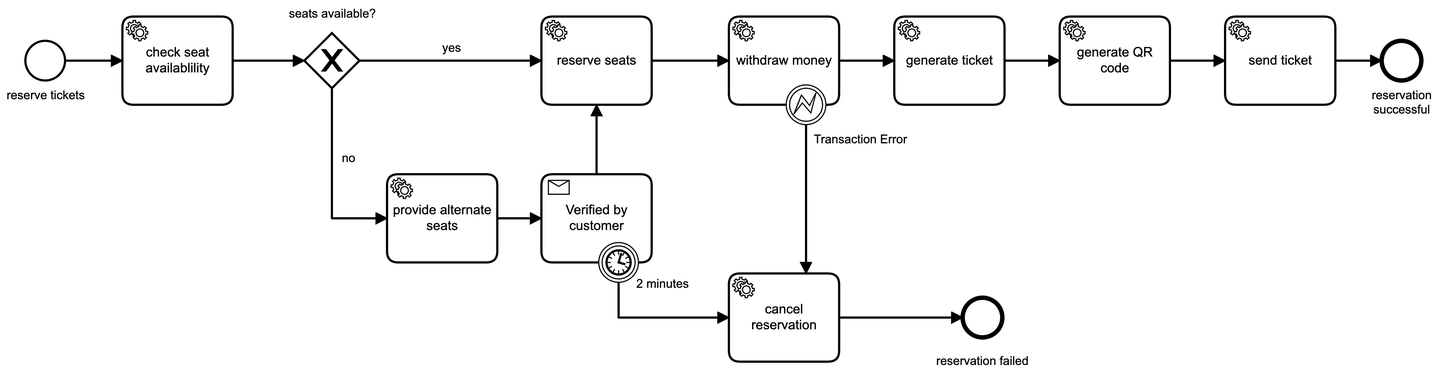
NovatecConsulting/camunda-platform-8-cinema-micronaut keeps this BPMN diagram as src/main/resources/reserve-tickets.png. Above is the earlier version. Its source is kept beside it as src/main/resources/reserve-tickets.bpmn. Ids are renumbered.
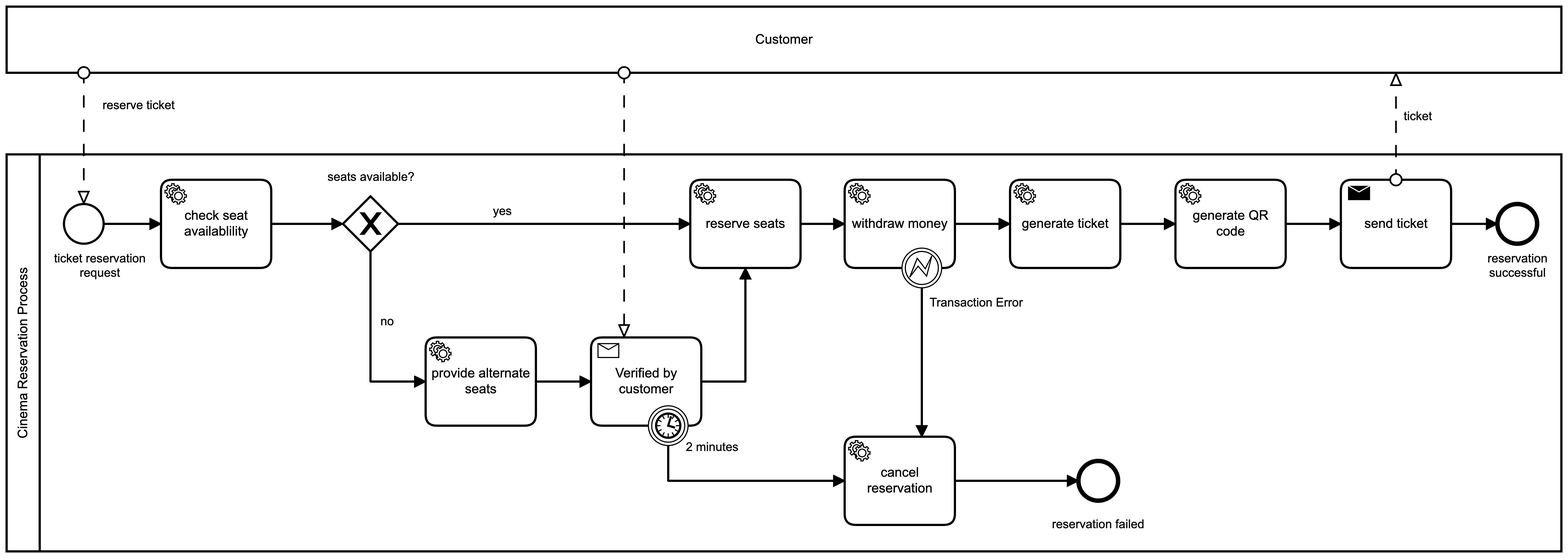
Later version of the same file.

Commit message:
Beautify process model

What changed in the source:
```diff
@@ -1,9 +1,21 @@
-<bpmn:definitions xmlns:bpmn="http://www.omg.org/spec/BPMN/20100524/MODEL" xmlns:bpmndi="http://www.omg.org/spec/BPMN/20100524/DI" xmlns:dc="http://www.omg.org/spec/DD/20100524/DC" xmlns:zeebe="http://camunda.org/schema/zeebe/1.0" xmlns:di="http://www.omg.org/spec/DD/20100524/DI" xmlns:xsi="http://www.w3.org/2001/XMLSchema-instance" xmlns:modeler="http://camunda.org/schema/modeler/1.0" id="Definitions_n1" targetNamespace="http://bpmn.io/schema/bpmn" exporter="Camunda Modeler" exporterVersion="4.10.0" modeler:executionPlatform="Camunda Cloud" modeler:executionPlatformVersion="1.0.0">
+<bpmn:definitions xmlns:bpmn="http://www.omg.org/spec/BPMN/20100524/MODEL" xmlns:bpmndi="http://www.omg.org/spec/BPMN/20100524/DI" xmlns:dc="http://www.omg.org/spec/DD/20100524/DC" xmlns:zeebe="http://camunda.org/schema/zeebe/1.0" xmlns:di="http://www.omg.org/spec/DD/20100524/DI" xmlns:xsi="http://www.w3.org/2001/XMLSchema-instance" xmlns:modeler="http://camunda.org/schema/modeler/1.0" id="Definitions_n1" targetNamespace="http://bpmn.io/schema/bpmn" exporter="Camunda Modeler" exporterVersion="4.11.1" modeler:executionPlatform="Camunda Cloud" modeler:executionPlatformVersion="1.0.0">
+  <bpmn:message id="Message_n27" name="seatsVerifiedByCustomer">
+    <bpmn:extensionElements>
+      <zeebe:subscription correlationKey="= reservationId" />
+    </bpmn:extensionElements>
+  </bpmn:message>
+  <bpmn:error id="Error_n30" name="Transaction Error" errorCode="Transaction_Error" />
+  <bpmn:collaboration id="Collaboration_n34">
+    <bpmn:participant id="Participant_n35" name="Cinema Reservation Process" processRef="bpmn-cinema-ticket-reservation" />
+    <bpmn:participant id="Participant_n36" name="Customer" />
+    <bpmn:messageFlow id="Flow_n37" name="reserve ticket" sourceRef="Participant_n36" targetRef="StartEvent_1" />
+    <bpmn:messageFlow id="Flow_n38" name="ticket" sourceRef="Activity_n32" targetRef="Participant_n36" />
+    <bpmn:messageFlow id="Flow_n39" sourceRef="Participant_n36" targetRef="Activity_n20" />
+  </bpmn:collaboration>
   <bpmn:process id="bpmn-cinema-ticket-reservation" name="BPMN Cinema" isExecutable="true">
-    <bpmn:startEvent id="StartEvent_1" name="reserve tickets">
+    <bpmn:startEvent id="StartEvent_1" name="ticket reservation request">
       <bpmn:outgoing>Flow_n2</bpmn:outgoing>
     </bpmn:startEvent>
-    <bpmn:sequenceFlow id="Flow_n2" sourceRef="StartEvent_1" targetRef="Activity_n3" />
     <bpmn:serviceTask id="Activity_n3" name="check seat availablility">
       <bpmn:extensionElements>
         <zeebe:taskDefinition type="check-seats" retries="1" />
@@ -16,19 +28,31 @@
       <bpmn:outgoing>Flow_n6</bpmn:outgoing>
       <bpmn:outgoing>Flow_n7</bpmn:outgoing>
     </bpmn:exclusiveGateway>
-    <bpmn:sequenceFlow id="Flow_n4" sourceRef="Activity_n3" targetRef="Gateway_n5" />
+    <bpmn:serviceTask id="Activity_n17" name="provide alternate seats">
+      <bpmn:extensionElements>
+        <zeebe:taskDefinition type="alt-seats" retries="1" />
+      </bpmn:extensionElements>
+      <bpmn:incoming>Flow_n7</bpmn:incoming>
+      <bpmn:outgoing>Flow_n18</bpmn:outgoing>
+    </bpmn:serviceTask>
+    <bpmn:sequenceFlow id="Flow_n33" sourceRef="Activity_n31" targetRef="Activity_n32" />
+    <bpmn:sequenceFlow id="Flow_n16" sourceRef="Activity_n32" targetRef="Event_n15" />
+    <bpmn:sequenceFlow id="Flow_n14" sourceRef="Activity_n13" targetRef="Activity_n31" />
+    <bpmn:sequenceFlow id="Flow_n26" sourceRef="Event_n28" targetRef="Activity_n23" />
+    <bpmn:sequenceFlow id="Flow_n9" sourceRef="Activity_n20" targetRef="Activity_n8" />
+    <bpmn:sequenceFlow id="Flow_n18" sourceRef="Activity_n17" targetRef="Activity_n20" />
+    <bpmn:sequenceFlow id="Flow_n25" sourceRef="Activity_n23" targetRef="Event_n24" />
+    <bpmn:sequenceFlow id="Flow_n21" sourceRef="Event_n19" targetRef="Activity_n23" />
+    <bpmn:sequenceFlow id="Flow_n7" name="no" sourceRef="Gateway_n5" targetRef="Activity_n17">
+      <bpmn:conditionExpression xsi:type="bpmn:tFormalExpression">= seatsAvailable=false</bpmn:conditionExpression>
+    </bpmn:sequenceFlow>
+    <bpmn:sequenceFlow id="Flow_n12" sourceRef="Activity_n11" targetRef="Activity_n13" />
+    <bpmn:sequenceFlow id="Flow_n10" sourceRef="Activity_n8" targetRef="Activity_n11" />
     <bpmn:sequenceFlow id="Flow_n6" name="yes" sourceRef="Gateway_n5" targetRef="Activity_n8">
       <bpmn:conditionExpression xsi:type="bpmn:tFormalExpression">= seatsAvailable=true</bpmn:conditionExpression>
     </bpmn:sequenceFlow>
-    <bpmn:serviceTask id="Activity_n8" name="reserve seats">
-      <bpmn:extensionElements>
-        <zeebe:taskDefinition type="reserve-seats" retries="1" />
-      </bpmn:extensionElements>
-      <bpmn:incoming>Flow_n6</bpmn:incoming>
-      <bpmn:incoming>Flow_n9</bpmn:incoming>
-      <bpmn:outgoing>Flow_n10</bpmn:outgoing>
-    </bpmn:serviceTask>
-    <bpmn:sequenceFlow id="Flow_n10" sourceRef="Activity_n8" targetRef="Activity_n11" />
+    <bpmn:sequenceFlow id="Flow_n4" sourceRef="Activity_n3" targetRef="Gateway_n5" />
+    <bpmn:sequenceFlow id="Flow_n2" sourceRef="StartEvent_1" targetRef="Activity_n3" />
     <bpmn:serviceTask id="Activity_n11" name="withdraw money">
       <bpmn:extensionElements>
         <zeebe:taskDefinition type="get-money" retries="1" />
@@ -36,7 +60,6 @@
       <bpmn:incoming>Flow_n10</bpmn:incoming>
       <bpmn:outgoing>Flow_n12</bpmn:outgoing>
     </bpmn:serviceTask>
-    <bpmn:sequenceFlow id="Flow_n12" sourceRef="Activity_n11" targetRef="Activity_n13" />
     <bpmn:serviceTask id="Activity_n13" name="generate ticket">
       <bpmn:extensionElements>
         <zeebe:taskDefinition type="generate-ticket" retries="1" />
@@ -47,27 +70,9 @@
     <bpmn:endEvent id="Event_n15" name="reservation successful">
       <bpmn:incoming>Flow_n16</bpmn:incoming>
     </bpmn:endEvent>
-    <bpmn:sequenceFlow id="Flow_n7" name="no" sourceRef="Gateway_n5" targetRef="Activity_n17">
-      <bpmn:conditionExpression xsi:type="bpmn:tFormalExpression">= seatsAvailable=false</bpmn:conditionExpression>
-    </bpmn:sequenceFlow>
-    <bpmn:serviceTask id="Activity_n17" name="provide alternate seats">
-      <bpmn:extensionElements>
-        <zeebe:taskDefinition type="alt-seats" retries="1" />
-      </bpmn:extensionElements>
-      <bpmn:incoming>Flow_n7</bpmn:incoming>
-      <bpmn:outgoing>Flow_n18</bpmn:outgoing>
-    </bpmn:serviceTask>
-    <bpmn:boundaryEvent id="Event_n19" name="2 minutes" attachedToRef="Activity_n20">
-      <bpmn:outgoing>Flow_n21</bpmn:outgoing>
-      <bpmn:timerEventDefinition id="TimerEventDefinition_n22">
-        <bpmn:timeDuration xsi:type="bpmn:tFormalExpression">PT2M</bpmn:timeDuration>
-      </bpmn:timerEventDefinition>
-    </bpmn:boundaryEvent>
-    <bpmn:sequenceFlow id="Flow_n21" sourceRef="Event_n19" targetRef="Activity_n23" />
     <bpmn:endEvent id="Event_n24" name="reservation failed">
       <bpmn:incoming>Flow_n25</bpmn:incoming>
     </bpmn:endEvent>
-    <bpmn:sequenceFlow id="Flow_n25" sourceRef="Activity_n23" targetRef="Event_n24" />
     <bpmn:serviceTask id="Activity_n23" name="cancel reservation">
       <bpmn:extensionElements>
         <zeebe:taskDefinition type="release-seats" retries="1" />
@@ -76,27 +81,6 @@
       <bpmn:incoming>Flow_n26</bpmn:incoming>
       <bpmn:outgoing>Flow_n25</bpmn:outgoing>
     </bpmn:serviceTask>
-    <bpmn:sequenceFlow id="Flow_n18" sourceRef="Activity_n17" targetRef="Activity_n20" />
-    <bpmn:receiveTask id="Activity_n20" name="Verified by customer" messageRef="Message_n27">
-      <bpmn:incoming>Flow_n18</bpmn:incoming>
-      <bpmn:outgoing>Flow_n9</bpmn:outgoing>
-    </bpmn:receiveTask>
-    <bpmn:sequenceFlow id="Flow_n9" sourceRef="Activity_n20" targetRef="Activity_n8" />
-    <bpmn:boundaryEvent id="Event_n28" name="Transaction Error" attachedToRef="Activity_n11">
-      <bpmn:outgoing>Flow_n26</bpmn:outgoing>
-      <bpmn:errorEventDefinition id="ErrorEventDefinition_n29" errorRef="Error_n30" />
-    </bpmn:boundaryEvent>
-    <bpmn:sequenceFlow id="Flow_n26" sourceRef="Event_n28" targetRef="Activity_n23" />
-    <bpmn:sequenceFlow id="Flow_n14" sourceRef="Activity_n13" targetRef="Activity_n31" />
-    <bpmn:sequenceFlow id="Flow_n16" sourceRef="Activity_n32" targetRef="Event_n15" />
-    <bpmn:serviceTask id="Activity_n32" name="send ticket">
-      <bpmn:extensionElements>
-        <zeebe:taskDefinition type="send-ticket" retries="1" />
-      </bpmn:extensionElements>
-      <bpmn:incoming>Flow_n33</bpmn:incoming>
-      <bpmn:outgoing>Flow_n16</bpmn:outgoing>
-    </bpmn:serviceTask>
-    <bpmn:sequenceFlow id="Flow_n33" sourceRef="Activity_n31" targetRef="Activity_n32" />
     <bpmn:serviceTask id="Activity_n31" name="generate QR code">
       <bpmn:extensionElements>
         <zeebe:taskDefinition type="generate-qr" retries="0" />
@@ -104,142 +88,190 @@
       <bpmn:incoming>Flow_n14</bpmn:incoming>
       <bpmn:outgoing>Flow_n33</bpmn:outgoing>
     </bpmn:serviceTask>
+    <bpmn:sendTask id="Activity_n32" name="send ticket">
+      <bpmn:extensionElements>
+        <zeebe:taskDefinition type="send-ticket" retries="1" />
+      </bpmn:extensionElements>
+      <bpmn:incoming>Flow_n33</bpmn:incoming>
+      <bpmn:outgoing>Flow_n16</bpmn:outgoing>
+    </bpmn:sendTask>
+    <bpmn:boundaryEvent id="Event_n28" name="Transaction Error" attachedToRef="Activity_n11">
+      <bpmn:outgoing>Flow_n26</bpmn:outgoing>
+      <bpmn:errorEventDefinition id="ErrorEventDefinition_n29" errorRef="Error_n30" />
+    </bpmn:boundaryEvent>
+    <bpmn:receiveTask id="Activity_n20" name="Verified by customer" messageRef="Message_n27">
+      <bpmn:incoming>Flow_n18</bpmn:incoming>
+      <bpmn:outgoing>Flow_n9</bpmn:outgoing>
+    </bpmn:receiveTask>
+    <bpmn:boundaryEvent id="Event_n19" name="2 minutes" attachedToRef="Activity_n20">
+      <bpmn:outgoing>Flow_n21</bpmn:outgoing>
+      <bpmn:timerEventDefinition id="TimerEventDefinition_n22">
+        <bpmn:timeDuration xsi:type="bpmn:tFormalExpression">PT2M</bpmn:timeDuration>
+      </bpmn:timerEventDefinition>
+    </bpmn:boundaryEvent>
+    <bpmn:serviceTask id="Activity_n8" name="reserve seats">
+      <bpmn:extensionElements>
+        <zeebe:taskDefinition type="reserve-seats" retries="1" />
+      </bpmn:extensionElements>
+      <bpmn:incoming>Flow_n6</bpmn:incoming>
+      <bpmn:incoming>Flow_n9</bpmn:incoming>
+      <bpmn:outgoing>Flow_n10</bpmn:outgoing>
+    </bpmn:serviceTask>
   </bpmn:process>
-  <bpmn:message id="Message_n27" name="seatsVerifiedByCustomer">
-    <bpmn:extensionElements>
-      <zeebe:subscription correlationKey="= reservationId" />
-    </bpmn:extensionElements>
-  </bpmn:message>
-  <bpmn:error id="Error_n30" name="Transaction Error" errorCode="Transaction_Error" />
   <bpmndi:BPMNDiagram id="BPMNDiagram_1">
-    <bpmndi:BPMNPlane id="BPMNPlane_1" bpmnElement="bpmn-cinema-ticket-reservation">
+    <bpmndi:BPMNPlane id="BPMNPlane_1" bpmnElement="Collaboration_n34">
+      <bpmndi:BPMNShape id="Participant_n35_di" bpmnElement="Participant_n35" isHorizontal="true">
+        <dc:Bounds x="120" y="214" width="1410" height="360" />
+      </bpmndi:BPMNShape>
       <bpmndi:BPMNEdge id="Flow_n33_di" bpmnElement="Flow_n33">
-        <di:waypoint x="1210" y="127" />
-        <di:waypoint x="1260" y="127" />
+        <di:waypoint x="1280" y="277" />
+        <di:waypoint x="1330" y="277" />
       </bpmndi:BPMNEdge>
       <bpmndi:BPMNEdge id="Flow_n16_di" bpmnElement="Flow_n16">
-        <di:waypoint x="1360" y="127" />
-        <di:waypoint x="1402" y="127" />
+        <di:waypoint x="1430" y="277" />
+        <di:waypoint x="1472" y="277" />
       </bpmndi:BPMNEdge>
       <bpmndi:BPMNEdge id="Flow_n14_di" bpmnElement="Flow_n14">
-        <di:waypoint x="1060" y="127" />
-        <di:waypoint x="1110" y="127" />
+        <di:waypoint x="1130" y="277" />
+        <di:waypoint x="1180" y="277" />
       </bpmndi:BPMNEdge>
       <bpmndi:BPMNEdge id="Flow_n26_di" bpmnElement="Flow_n26">
-        <di:waypoint x="880" y="185" />
-        <di:waypoint x="880" y="320" />
+        <di:waypoint x="950" y="335" />
+        <di:waypoint x="950" y="470" />
       </bpmndi:BPMNEdge>
       <bpmndi:BPMNEdge id="Flow_n9_di" bpmnElement="Flow_n9">
-        <di:waypoint x="690" y="230" />
-        <di:waypoint x="690" y="167" />
+        <di:waypoint x="750" y="420" />
+        <di:waypoint x="790" y="420" />
+        <di:waypoint x="790" y="317" />
       </bpmndi:BPMNEdge>
       <bpmndi:BPMNEdge id="Flow_n18_di" bpmnElement="Flow_n18">
-        <di:waypoint x="600" y="270" />
-        <di:waypoint x="640" y="270" />
+        <di:waypoint x="600" y="420" />
+        <di:waypoint x="650" y="420" />
       </bpmndi:BPMNEdge>
       <bpmndi:BPMNEdge id="Flow_n25_di" bpmnElement="Flow_n25">
-        <di:waypoint x="910" y="360" />
-        <di:waypoint x="1022" y="360" />
+        <di:waypoint x="980" y="510" />
+        <di:waypoint x="1092" y="510" />
       </bpmndi:BPMNEdge>
       <bpmndi:BPMNEdge id="Flow_n21_di" bpmnElement="Flow_n21">
-        <di:waypoint x="710" y="328" />
-        <di:waypoint x="710" y="360" />
-        <di:waypoint x="810" y="360" />
+        <di:waypoint x="720" y="478" />
+        <di:waypoint x="720" y="510" />
+        <di:waypoint x="880" y="510" />
       </bpmndi:BPMNEdge>
       <bpmndi:BPMNEdge id="Flow_n7_di" bpmnElement="Flow_n7">
-        <di:waypoint x="450" y="152" />
-        <di:waypoint x="450" y="270" />
-        <di:waypoint x="500" y="270" />
+        <di:waypoint x="450" y="302" />
+        <di:waypoint x="450" y="420" />
+        <di:waypoint x="500" y="420" />
         <bpmndi:BPMNLabel>
-          <dc:Bounds x="459" y="209" width="13" height="14" />
+          <dc:Bounds x="459" y="359" width="13" height="14" />
         </bpmndi:BPMNLabel>
       </bpmndi:BPMNEdge>
       <bpmndi:BPMNEdge id="Flow_n12_di" bpmnElement="Flow_n12">
-        <di:waypoint x="910" y="127" />
-        <di:waypoint x="960" y="127" />
+        <di:waypoint x="980" y="277" />
+        <di:waypoint x="1030" y="277" />
       </bpmndi:BPMNEdge>
       <bpmndi:BPMNEdge id="Flow_n10_di" bpmnElement="Flow_n10">
-        <di:waypoint x="740" y="127" />
-        <di:waypoint x="810" y="127" />
+        <di:waypoint x="840" y="277" />
+        <di:waypoint x="880" y="277" />
       </bpmndi:BPMNEdge>
       <bpmndi:BPMNEdge id="Flow_n6_di" bpmnElement="Flow_n6">
-        <di:waypoint x="475" y="127" />
-        <di:waypoint x="640" y="127" />
+        <di:waypoint x="475" y="277" />
+        <di:waypoint x="740" y="277" />
         <bpmndi:BPMNLabel>
-          <dc:Bounds x="550" y="109" width="18" height="14" />
+          <dc:Bounds x="561" y="259" width="18" height="14" />
         </bpmndi:BPMNLabel>
       </bpmndi:BPMNEdge>
       <bpmndi:BPMNEdge id="Flow_n4_di" bpmnElement="Flow_n4">
-        <di:waypoint x="360" y="127" />
-        <di:waypoint x="425" y="127" />
+        <di:waypoint x="360" y="277" />
+        <di:waypoint x="425" y="277" />
       </bpmndi:BPMNEdge>
       <bpmndi:BPMNEdge id="Flow_n2_di" bpmnElement="Flow_n2">
-        <di:waypoint x="208" y="127" />
-        <di:waypoint x="260" y="127" />
+        <di:waypoint x="208" y="277" />
+        <di:waypoint x="260" y="277" />
       </bpmndi:BPMNEdge>
       <bpmndi:BPMNShape id="_BPMNShape_StartEvent_2" bpmnElement="StartEvent_1">
-        <dc:Bounds x="172" y="109" width="36" height="36" />
+        <dc:Bounds x="172" y="259" width="36" height="36" />
         <bpmndi:BPMNLabel>
-          <dc:Bounds x="155" y="152" width="71" height="14" />
+          <dc:Bounds x="163" y="302" width="84" height="27" />
         </bpmndi:BPMNLabel>
       </bpmndi:BPMNShape>
       <bpmndi:BPMNShape id="Activity_1mai4ro_di" bpmnElement="Activity_n3">
-        <dc:Bounds x="260" y="87" width="100" height="80" />
+        <dc:Bounds x="260" y="237" width="100" height="80" />
       </bpmndi:BPMNShape>
       <bpmndi:BPMNShape id="Gateway_n5_di" bpmnElement="Gateway_n5" isMarkerVisible="true">
-        <dc:Bounds x="425" y="102" width="50" height="50" />
+        <dc:Bounds x="425" y="252" width="50" height="50" />
         <bpmndi:BPMNLabel>
-          <dc:Bounds x="411" y="78" width="79" height="14" />
-        </bpmndi:BPMNLabel>
-      </bpmndi:BPMNShape>
-      <bpmndi:BPMNShape id="Activity_0d0eti9_di" bpmnElement="Activity_n8">
-        <dc:Bounds x="640" y="87" width="100" height="80" />
-      </bpmndi:BPMNShape>
-      <bpmndi:BPMNShape id="Activity_0mc27e1_di" bpmnElement="Activity_n11">
-        <dc:Bounds x="810" y="87" width="100" height="80" />
-      </bpmndi:BPMNShape>
-      <bpmndi:BPMNShape id="Activity_1qo949b_di" bpmnElement="Activity_n13">
-        <dc:Bounds x="960" y="87" width="100" height="80" />
-      </bpmndi:BPMNShape>
-      <bpmndi:BPMNShape id="Event_n15_di" bpmnElement="Event_n15">
-        <dc:Bounds x="1402" y="109" width="36" height="36" />
-        <bpmndi:BPMNLabel>
-          <dc:Bounds x="1393" y="152" width="55" height="27" />
+          <dc:Bounds x="411" y="228" width="79" height="14" />
         </bpmndi:BPMNLabel>
       </bpmndi:BPMNShape>
       <bpmndi:BPMNShape id="Activity_1kvbozj_di" bpmnElement="Activity_n17">
-        <dc:Bounds x="500" y="230" width="100" height="80" />
+        <dc:Bounds x="500" y="380" width="100" height="80" />
+      </bpmndi:BPMNShape>
+      <bpmndi:BPMNShape id="Activity_0mc27e1_di" bpmnElement="Activity_n11">
+        <dc:Bounds x="880" y="237" width="100" height="80" />
+      </bpmndi:BPMNShape>
+      <bpmndi:BPMNShape id="Activity_1qo949b_di" bpmnElement="Activity_n13">
+        <dc:Bounds x="1030" y="237" width="100" height="80" />
+      </bpmndi:BPMNShape>
+      <bpmndi:BPMNShape id="Event_n15_di" bpmnElement="Event_n15">
+        <dc:Bounds x="1472" y="259" width="36" height="36" />
+        <bpmndi:BPMNLabel>
+          <dc:Bounds x="1463" y="302" width="55" height="27" />
+        </bpmndi:BPMNLabel>
       </bpmndi:BPMNShape>
       <bpmndi:BPMNShape id="Event_n24_di" bpmnElement="Event_n24">
-        <dc:Bounds x="1022" y="342" width="36" height="36" />
+        <dc:Bounds x="1092" y="492" width="36" height="36" />
         <bpmndi:BPMNLabel>
-          <dc:Bounds x="998" y="393" width="84" height="14" />
+          <dc:Bounds x="1068" y="543" width="84" height="14" />
         </bpmndi:BPMNLabel>
       </bpmndi:BPMNShape>
       <bpmndi:BPMNShape id="Activity_01gf86j_di" bpmnElement="Activity_n23">
-        <dc:Bounds x="810" y="320" width="100" height="80" />
+        <dc:Bounds x="880" y="470" width="100" height="80" />
+      </bpmndi:BPMNShape>
+      <bpmndi:BPMNShape id="Activity_0lekkhg_di" bpmnElement="Activity_n31">
+        <dc:Bounds x="1180" y="237" width="100" height="80" />
+      </bpmndi:BPMNShape>
+      <bpmndi:BPMNShape id="Activity_0yrv2ap_di" bpmnElement="Activity_n32">
+        <dc:Bounds x="1330" y="237" width="100" height="80" />
       </bpmndi:BPMNShape>
       <bpmndi:BPMNShape id="Activity_0swqpfl_di" bpmnElement="Activity_n20">
-        <dc:Bounds x="640" y="230" width="100" height="80" />
+        <dc:Bounds x="650" y="380" width="100" height="80" />
       </bpmndi:BPMNShape>
-      <bpmndi:BPMNShape id="Activity_1s6f5bk_di" bpmnElement="Activity_n32">
-        <dc:Bounds x="1260" y="87" width="100" height="80" />
-      </bpmndi:BPMNShape>
-      <bpmndi:BPMNShape id="Activity_0lekkhg_di" bpmnElement="Activity_n31">
-        <dc:Bounds x="1110" y="87" width="100" height="80" />
+      <bpmndi:BPMNShape id="Activity_0d0eti9_di" bpmnElement="Activity_n8">
+        <dc:Bounds x="740" y="237" width="100" height="80" />
       </bpmndi:BPMNShape>
       <bpmndi:BPMNShape id="Event_04yoiv7_di" bpmnElement="Event_n28">
-        <dc:Bounds x="862" y="149" width="36" height="36" />
+        <dc:Bounds x="932" y="299" width="36" height="36" />
         <bpmndi:BPMNLabel>
-          <dc:Bounds x="887" y="192" width="85" height="14" />
+          <dc:Bounds x="957" y="342" width="85" height="14" />
         </bpmndi:BPMNLabel>
       </bpmndi:BPMNShape>
       <bpmndi:BPMNShape id="Event_0tik7f3_di" bpmnElement="Event_n19">
-        <dc:Bounds x="692" y="292" width="36" height="36" />
+        <dc:Bounds x="702" y="442" width="36" height="36" />
         <bpmndi:BPMNLabel>
-          <dc:Bounds x="726" y="323" width="48" height="14" />
+          <dc:Bounds x="736" y="473" width="48" height="14" />
         </bpmndi:BPMNLabel>
       </bpmndi:BPMNShape>
+      <bpmndi:BPMNShape id="Participant_07it7u1_di" bpmnElement="Participant_n36" isHorizontal="true">
+        <dc:Bounds x="120" y="80" width="1410" height="60" />
+      </bpmndi:BPMNShape>
+      <bpmndi:BPMNEdge id="Flow_n37_di" bpmnElement="Flow_n37">
+        <di:waypoint x="190" y="140" />
+        <di:waypoint x="190" y="259" />
+        <bpmndi:BPMNLabel>
+          <dc:Bounds x="207" y="163" width="66" height="14" />
+        </bpmndi:BPMNLabel>
+      </bpmndi:BPMNEdge>
+      <bpmndi:BPMNEdge id="Flow_n38_di" bpmnElement="Flow_n38">
+        <di:waypoint x="1380" y="237" />
+        <di:waypoint x="1380" y="140" />
+        <bpmndi:BPMNLabel>
+          <dc:Bounds x="1387" y="173" width="26" height="14" />
+        </bpmndi:BPMNLabel>
+      </bpmndi:BPMNEdge>
+      <bpmndi:BPMNEdge id="Flow_n39_di" bpmnElement="Flow_n39">
+        <di:waypoint x="680" y="140" />
+        <di:waypoint x="680" y="380" />
+      </bpmndi:BPMNEdge>
     </bpmndi:BPMNPlane>
   </bpmndi:BPMNDiagram>
 </bpmn:definitions>
```
